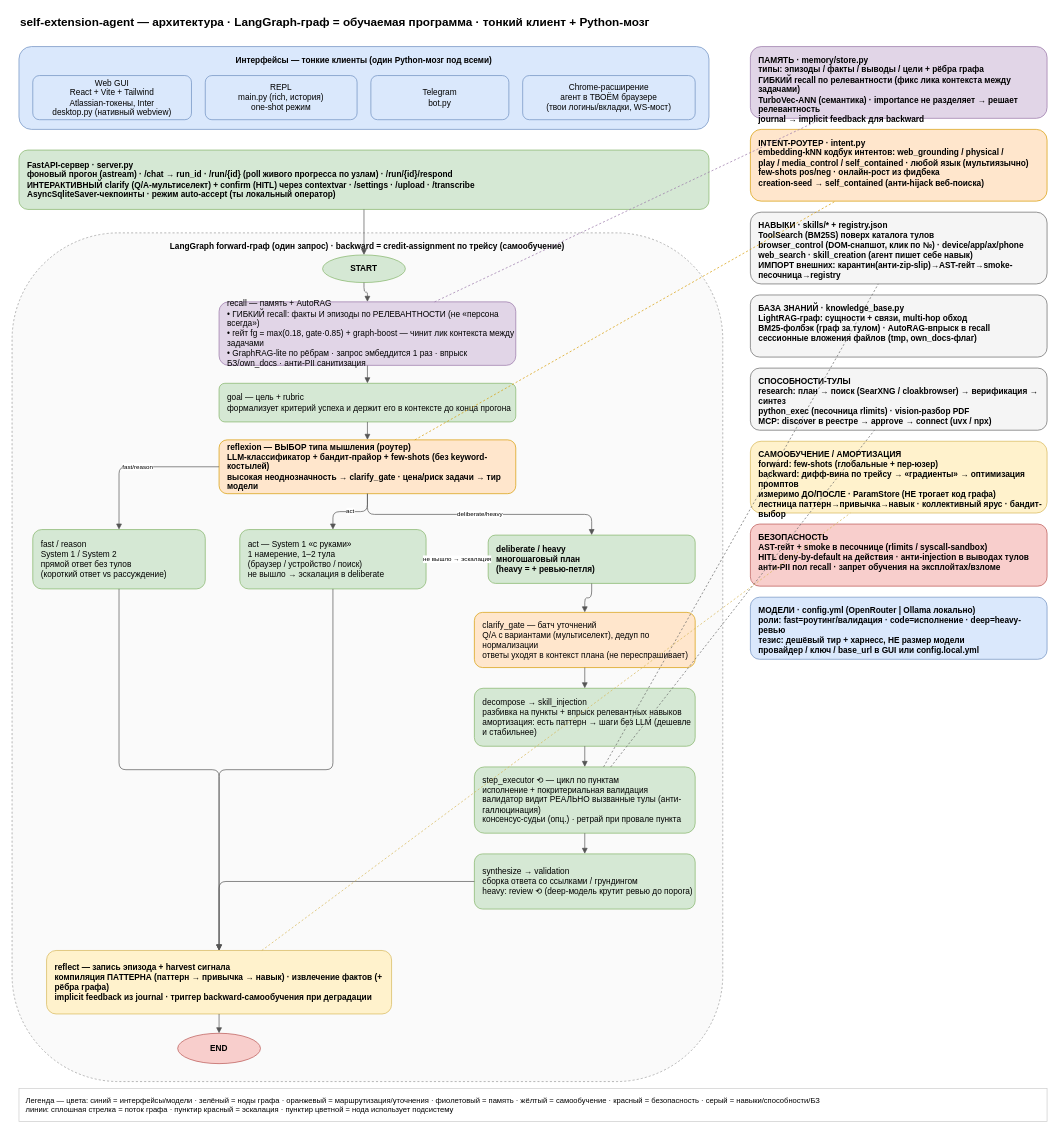
This is docs/architecture.drawio from adelardw/SelfExtensionAgent, a draw.io file, before an edit. Source tidied: cells renumbered, new cells numbered last; positions are measured from the earlier drawing's top-left corner, leaving out a move shared by most shapes. Both pictures are drawn from the tidied source at 69%, with x=0, y=0 at pixel (12, 12).
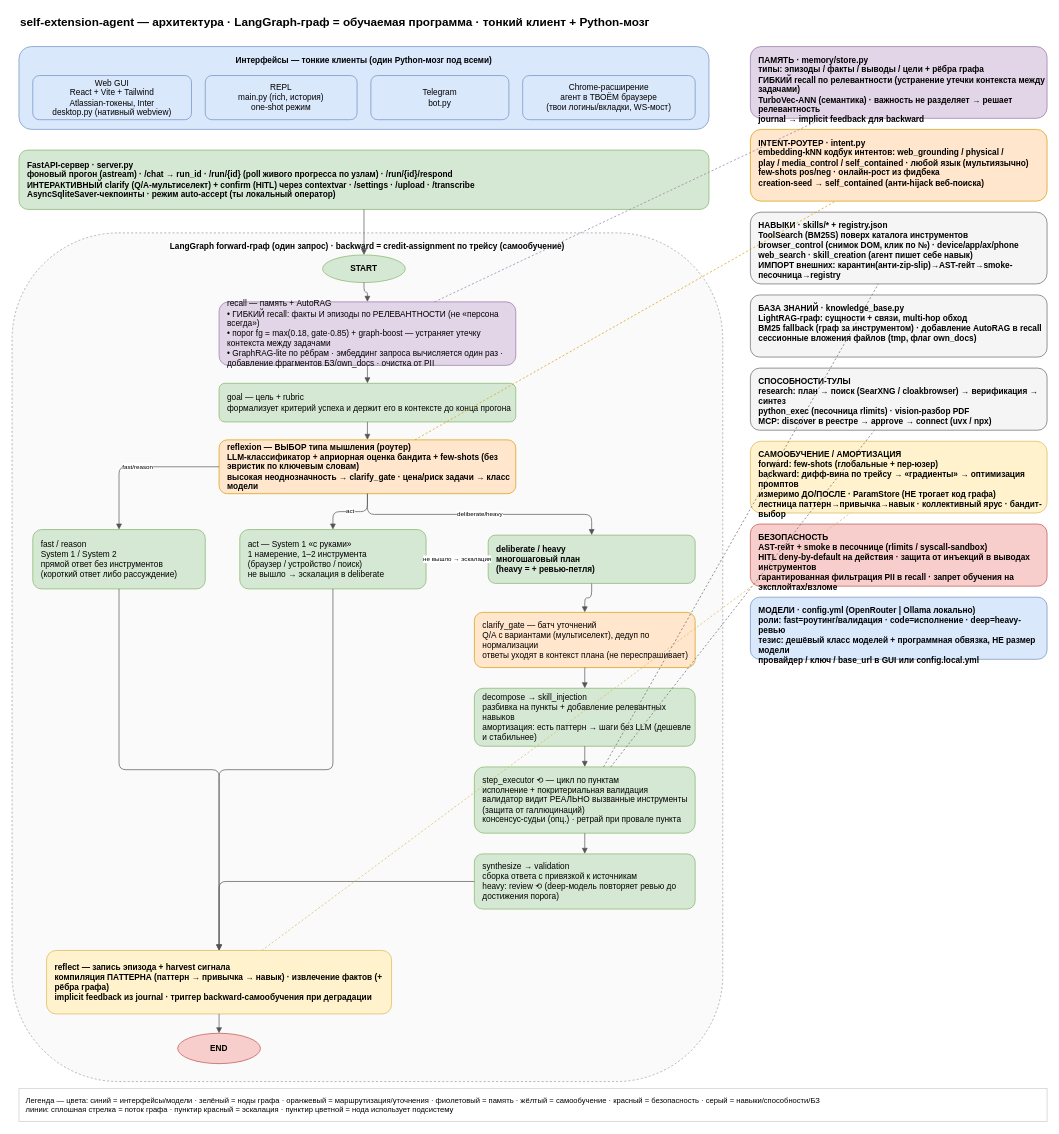
After the change.

Commit message (it also covers changes not shown here):
docs: научный русский — убраны кальки (пол/потолок/впрыск/тул/снапшот/прайор/грундинг/харнесс/лик/регэксп); fallback латиницей

The edit, as a diff of the source:
```diff
@@
-    <mxCell id="11" value="recall — память + AutoRAG&#10;• ГИБКИЙ recall: факты И эпизоды по РЕЛЕВАНТНОСТИ (не «персона всегда»)&#10;• гейт fg = max(0.18, gate·0.85) + graph-boost — чинит лик контекста между задачами&#10;• GraphRAG-lite по рёбрам · запрос эмбеддится 1 раз · впрыск БЗ/own_docs · анти-PII санитизация" style="rounded=1;whiteSpace=wrap;html=1;fillColor=#e1d5e7;strokeColor=#9673a6;align=left;verticalAlign=middle;spacingLeft=10;" parent="1" vertex="1">
+    <mxCell id="11" value="recall — память + AutoRAG&#10;• ГИБКИЙ recall: факты И эпизоды по РЕЛЕВАНТНОСТИ (не «персона всегда»)&#10;• порог fg = max(0.18, gate·0.85) + graph-boost — устраняет утечку контекста между задачами&#10;• GraphRAG-lite по рёбрам · эмбеддинг запроса вычисляется один раз · добавление фрагментов БЗ/own_docs · очистка от PII" style="rounded=1;whiteSpace=wrap;html=1;fillColor=#e1d5e7;strokeColor=#9673a6;align=left;verticalAlign=middle;spacingLeft=10;" parent="1" vertex="1">
       <mxGeometry x="300" y="420" width="430" height="92" as="geometry" />
     </mxCell>
@@
-    <mxCell id="13" value="reflexion — ВЫБОР типа мышления (роутер)&#10;LLM-классификатор + бандит-прайор + few-shots (без keyword-костылей)&#10;высокая неоднозначность → clarify_gate · цена/риск задачи → тир модели" style="rounded=1;whiteSpace=wrap;html=1;fillColor=#ffe6cc;strokeColor=#d79b00;fontStyle=1;align=left;verticalAlign=middle;spacingLeft=10;" parent="1" vertex="1">
+    <mxCell id="13" value="reflexion — ВЫБОР типа мышления (роутер)&#10;LLM-классификатор + априорная оценка бандита + few-shots (без эвристик по ключевым словам)&#10;высокая неоднозначность → clarify_gate · цена/риск задачи → класс модели" style="rounded=1;whiteSpace=wrap;html=1;fillColor=#ffe6cc;strokeColor=#d79b00;fontStyle=1;align=left;verticalAlign=middle;spacingLeft=10;" parent="1" vertex="1">
       <mxGeometry x="300" y="620" width="430" height="78" as="geometry" />
     </mxCell>
-    <mxCell id="14" value="fast / reason&#10;System 1 / System 2&#10;прямой ответ без тулов&#10;(короткий ответ vs рассуждение)" style="rounded=1;whiteSpace=wrap;html=1;fillColor=#d5e8d4;strokeColor=#82b366;align=left;verticalAlign=middle;spacingLeft=10;" parent="1" vertex="1">
+    <mxCell id="14" value="fast / reason&#10;System 1 / System 2&#10;прямой ответ без инструментов&#10;(короткий ответ либо рассуждение)" style="rounded=1;whiteSpace=wrap;html=1;fillColor=#d5e8d4;strokeColor=#82b366;align=left;verticalAlign=middle;spacingLeft=10;" parent="1" vertex="1">
       <mxGeometry x="30" y="750" width="250" height="86" as="geometry" />
     </mxCell>
-    <mxCell id="15" value="act — System 1 «с руками»&#10;1 намерение, 1–2 тула&#10;(браузер / устройство / поиск)&#10;не вышло → эскалация в deliberate" style="rounded=1;whiteSpace=wrap;html=1;fillColor=#d5e8d4;strokeColor=#82b366;align=left;verticalAlign=middle;spacingLeft=10;" parent="1" vertex="1">
+    <mxCell id="15" value="act — System 1 «с руками»&#10;1 намерение, 1–2 инструмента&#10;(браузер / устройство / поиск)&#10;не вышло → эскалация в deliberate" style="rounded=1;whiteSpace=wrap;html=1;fillColor=#d5e8d4;strokeColor=#82b366;align=left;verticalAlign=middle;spacingLeft=10;" parent="1" vertex="1">
       <mxGeometry x="330" y="750" width="270" height="86" as="geometry" />
     </mxCell>
@@
-    <mxCell id="18" value="decompose → skill_injection&#10;разбивка на пункты + впрыск релевантных навыков&#10;амортизация: есть паттерн → шаги без LLM (дешевле и стабильнее)" style="rounded=1;whiteSpace=wrap;html=1;fillColor=#d5e8d4;strokeColor=#82b366;align=left;verticalAlign=middle;spacingLeft=10;" parent="1" vertex="1">
+    <mxCell id="18" value="decompose → skill_injection&#10;разбивка на пункты + добавление релевантных навыков&#10;амортизация: есть паттерн → шаги без LLM (дешевле и стабильнее)" style="rounded=1;whiteSpace=wrap;html=1;fillColor=#d5e8d4;strokeColor=#82b366;align=left;verticalAlign=middle;spacingLeft=10;" parent="1" vertex="1">
       <mxGeometry x="670" y="980" width="320" height="84" as="geometry" />
     </mxCell>
-    <mxCell id="19" value="step_executor ⟲ — цикл по пунктам&#10;исполнение + покритериальная валидация&#10;валидатор видит РЕАЛЬНО вызванные тулы (анти-галлюцинация)&#10;консенсус-судьи (опц.) · ретрай при провале пункта" style="rounded=1;whiteSpace=wrap;html=1;fillColor=#d5e8d4;strokeColor=#82b366;align=left;verticalAlign=middle;spacingLeft=10;" parent="1" vertex="1">
+    <mxCell id="19" value="step_executor ⟲ — цикл по пунктам&#10;исполнение + покритериальная валидация&#10;валидатор видит РЕАЛЬНО вызванные инструменты (защита от галлюцинаций)&#10;консенсус-судьи (опц.) · ретрай при провале пункта" style="rounded=1;whiteSpace=wrap;html=1;fillColor=#d5e8d4;strokeColor=#82b366;align=left;verticalAlign=middle;spacingLeft=10;" parent="1" vertex="1">
       <mxGeometry x="670" y="1094" width="320" height="96" as="geometry" />
     </mxCell>
-    <mxCell id="20" value="synthesize → validation&#10;сборка ответа со ссылками / грундингом&#10;heavy: review ⟲ (deep-модель крутит ревью до порога)" style="rounded=1;whiteSpace=wrap;html=1;fillColor=#d5e8d4;strokeColor=#82b366;align=left;verticalAlign=middle;spacingLeft=10;" parent="1" vertex="1">
+    <mxCell id="20" value="synthesize → validation&#10;сборка ответа с привязкой к источникам&#10;heavy: review ⟲ (deep-модель повторяет ревью до достижения порога)" style="rounded=1;whiteSpace=wrap;html=1;fillColor=#d5e8d4;strokeColor=#82b366;align=left;verticalAlign=middle;spacingLeft=10;" parent="1" vertex="1">
       <mxGeometry x="670" y="1220" width="320" height="80" as="geometry" />
     </mxCell>
@@
-    <mxCell id="39" value="ПАМЯТЬ · memory/store.py&#10;типы: эпизоды / факты / выводы / цели + рёбра графа&#10;ГИБКИЙ recall по релевантности (фикс лика контекста между задачами)&#10;TurboVec-ANN (семантика) · importance не разделяет → решает релевантность&#10;journal → implicit feedback для backward" style="rounded=1;whiteSpace=wrap;html=1;fillColor=#e1d5e7;strokeColor=#9673a6;verticalAlign=top;align=left;spacingLeft=10;spacingTop=6;fontStyle=1;" parent="1" vertex="1">
+    <mxCell id="39" value="ПАМЯТЬ · memory/store.py&#10;типы: эпизоды / факты / выводы / цели + рёбра графа&#10;ГИБКИЙ recall по релевантности (устранение утечки контекста между задачами)&#10;TurboVec-ANN (семантика) · важность не разделяет → решает релевантность&#10;journal → implicit feedback для backward" style="rounded=1;whiteSpace=wrap;html=1;fillColor=#e1d5e7;strokeColor=#9673a6;verticalAlign=top;align=left;spacingLeft=10;spacingTop=6;fontStyle=1;" parent="1" vertex="1">
       <mxGeometry x="1070" y="50" width="430" height="104" as="geometry" />
     </mxCell>
@@
-    <mxCell id="41" value="НАВЫКИ · skills/* + registry.json&#10;ToolSearch (BM25S) поверх каталога тулов&#10;browser_control (DOM-снапшот, клик по №) · device/app/ax/phone&#10;web_search · skill_creation (агент пишет себе навык)&#10;ИМПОРТ внешних: карантин(анти-zip-slip)→AST-гейт→smoke-песочница→registry" style="rounded=1;whiteSpace=wrap;html=1;fillColor=#f5f5f5;strokeColor=#666666;verticalAlign=top;align=left;spacingLeft=10;spacingTop=6;fontStyle=1;" parent="1" vertex="1">
+    <mxCell id="41" value="НАВЫКИ · skills/* + registry.json&#10;ToolSearch (BM25S) поверх каталога инструментов&#10;browser_control (снимок DOM, клик по №) · device/app/ax/phone&#10;web_search · skill_creation (агент пишет себе навык)&#10;ИМПОРТ внешних: карантин(анти-zip-slip)→AST-гейт→smoke-песочница→registry" style="rounded=1;whiteSpace=wrap;html=1;fillColor=#f5f5f5;strokeColor=#666666;verticalAlign=top;align=left;spacingLeft=10;spacingTop=6;fontStyle=1;" parent="1" vertex="1">
       <mxGeometry x="1070" y="290" width="430" height="104" as="geometry" />
     </mxCell>
-    <mxCell id="42" value="БАЗА ЗНАНИЙ · knowledge_base.py&#10;LightRAG-граф: сущности + связи, multi-hop обход&#10;BM25-фолбэк (граф за тулом) · AutoRAG-впрыск в recall&#10;сессионные вложения файлов (tmp, own_docs-флаг)" style="rounded=1;whiteSpace=wrap;html=1;fillColor=#f5f5f5;strokeColor=#666666;verticalAlign=top;align=left;spacingLeft=10;spacingTop=6;fontStyle=1;" parent="1" vertex="1">
+    <mxCell id="42" value="БАЗА ЗНАНИЙ · knowledge_base.py&#10;LightRAG-граф: сущности + связи, multi-hop обход&#10;BM25 fallback (граф за инструментом) · добавление AutoRAG в recall&#10;сессионные вложения файлов (tmp, флаг own_docs)" style="rounded=1;whiteSpace=wrap;html=1;fillColor=#f5f5f5;strokeColor=#666666;verticalAlign=top;align=left;spacingLeft=10;spacingTop=6;fontStyle=1;" parent="1" vertex="1">
       <mxGeometry x="1070" y="410" width="430" height="90" as="geometry" />
     </mxCell>
@@
-    <mxCell id="45" value="БЕЗОПАСНОСТЬ&#10;AST-гейт + smoke в песочнице (rlimits / syscall-sandbox)&#10;HITL deny-by-default на действия · анти-injection в выводах тулов&#10;анти-PII пол recall · запрет обучения на эксплойтах/взломе" style="rounded=1;whiteSpace=wrap;html=1;fillColor=#f8cecc;strokeColor=#b85450;verticalAlign=top;align=left;spacingLeft=10;spacingTop=6;fontStyle=1;" parent="1" vertex="1">
+    <mxCell id="45" value="БЕЗОПАСНОСТЬ&#10;AST-гейт + smoke в песочнице (rlimits / syscall-sandbox)&#10;HITL deny-by-default на действия · защита от инъекций в выводах инструментов&#10;гарантированная фильтрация PII в recall · запрет обучения на эксплойтах/взломе" style="rounded=1;whiteSpace=wrap;html=1;fillColor=#f8cecc;strokeColor=#b85450;verticalAlign=top;align=left;spacingLeft=10;spacingTop=6;fontStyle=1;" parent="1" vertex="1">
       <mxGeometry x="1070" y="742" width="430" height="90" as="geometry" />
     </mxCell>
-    <mxCell id="46" value="МОДЕЛИ · config.yml (OpenRouter | Ollama локально)&#10;роли: fast=роутинг/валидация · code=исполнение · deep=heavy-ревью&#10;тезис: дешёвый тир + харнесс, НЕ размер модели&#10;провайдер / ключ / base_url в GUI или config.local.yml" style="rounded=1;whiteSpace=wrap;html=1;fillColor=#dae8fc;strokeColor=#6c8ebf;verticalAlign=top;align=left;spacingLeft=10;spacingTop=6;fontStyle=1;" parent="1" vertex="1">
+    <mxCell id="46" value="МОДЕЛИ · config.yml (OpenRouter | Ollama локально)&#10;роли: fast=роутинг/валидация · code=исполнение · deep=heavy-ревью&#10;тезис: дешёвый класс моделей + программная обвязка, НЕ размер модели&#10;провайдер / ключ / base_url в GUI или config.local.yml" style="rounded=1;whiteSpace=wrap;html=1;fillColor=#dae8fc;strokeColor=#6c8ebf;verticalAlign=top;align=left;spacingLeft=10;spacingTop=6;fontStyle=1;" parent="1" vertex="1">
       <mxGeometry x="1070" y="848" width="430" height="90" as="geometry" />
     </mxCell>
```
